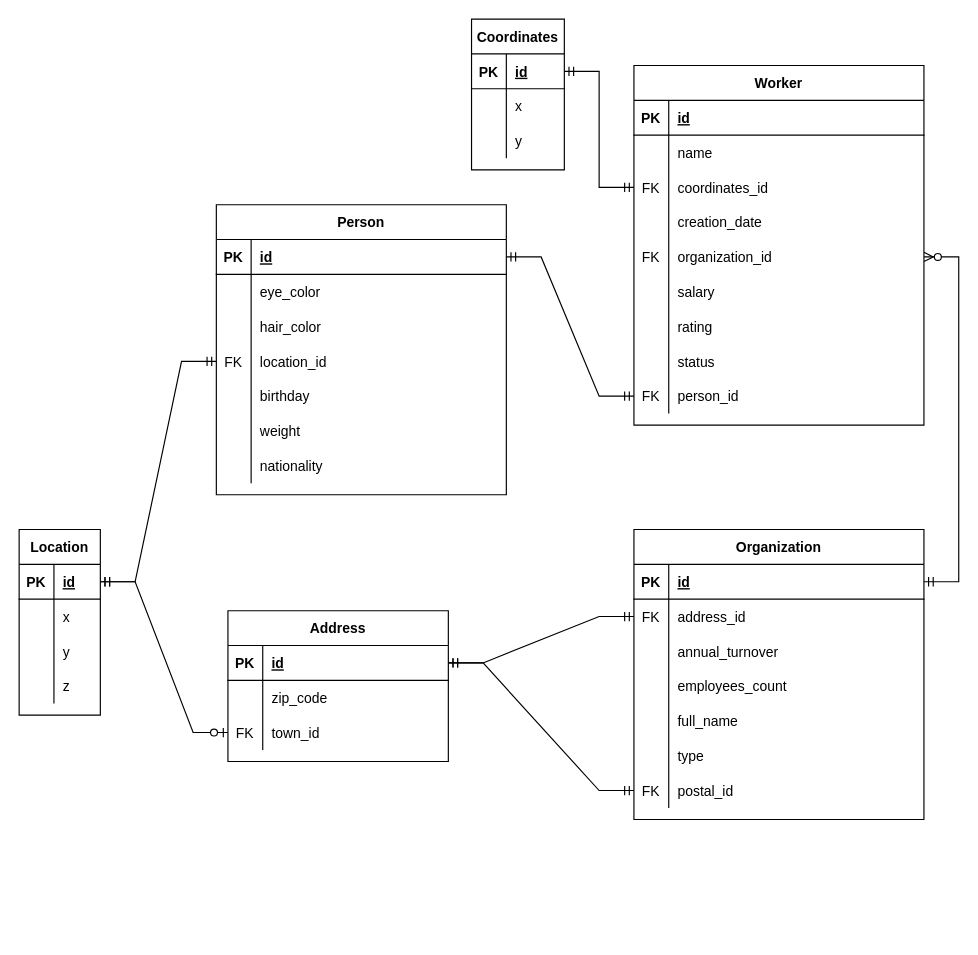
This is Lab1.drawio from 17starplatinum/InfSys-Operarii_VAR-100246, a draw.io file, before an edit. Source tidied: cells renumbered, new cells numbered last; positions are measured from the earlier drawing's top-left corner, leaving out a move shared by most shapes. Both pictures are drawn from the tidied source at 116%, with x=0, y=0 at pixel (19, 19).
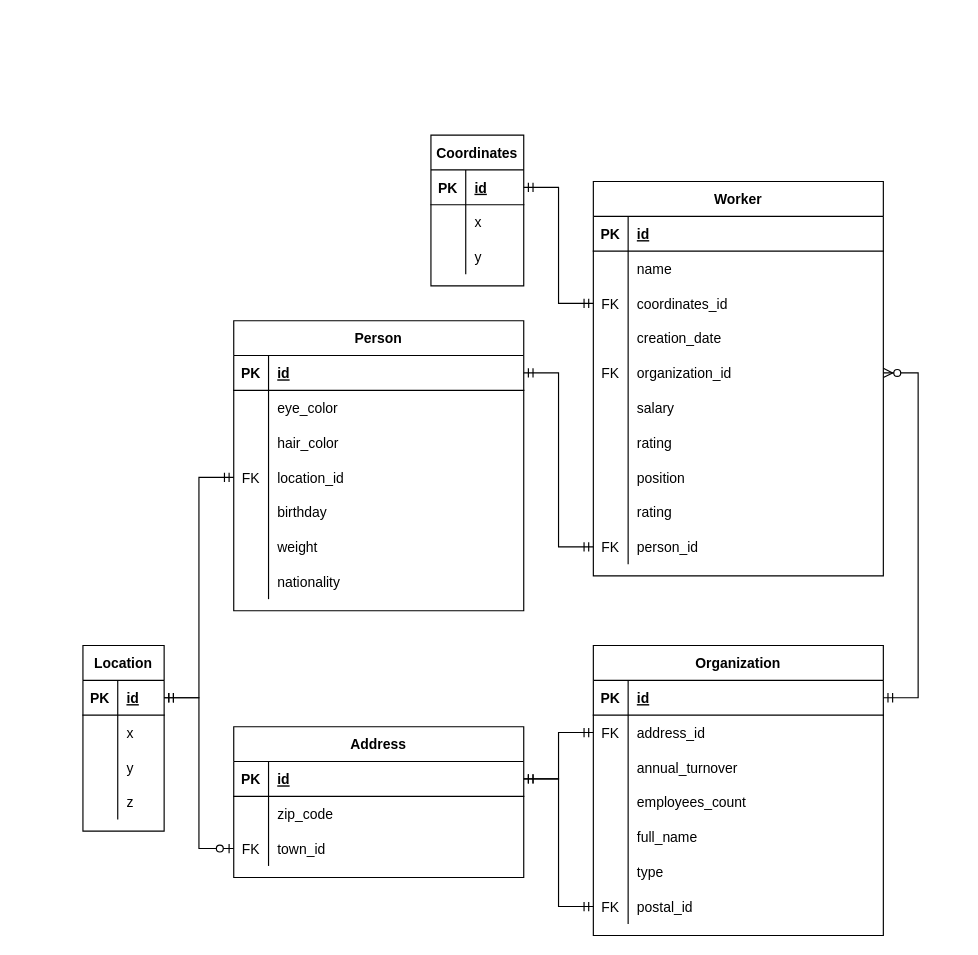
The same page after the edit.

Unchanged cells that the change refers to:
```xml
<mxCell id="24" style="shape=partialRectangle;fillColor=none;top=0;left=0;right=0;bottom=0;" parent="2" vertex="1">
  <mxGeometry y="240" width="250" height="30" as="geometry" />
</mxCell>
<mxCell id="27" style="shape=partialRectangle;fillColor=none;points=[[0,0.5],[1,0.5]];portConstraint=eastwest;top=0;left=0;right=0;bottom=0;" parent="2" vertex="1">
  <mxGeometry y="270" width="250" height="30" as="geometry" />
</mxCell>
<mxCell id="63" style="shape=partialRectangle;fillColor=none;points=[[0,0.5],[1,0.5]];portConstraint=eastwest;top=0;left=0;right=0;bottom=1;" parent="62" vertex="1">
  <mxGeometry y="30" width="250" height="30" as="geometry" />
</mxCell>
```

Change to the diagram source:
```diff
@@
     <mxCell id="2" value="Worker" style="shape=table;startSize=30;childLayout=tableLayout;rowLines=0;fontStyle=1;align=center;" parent="1" vertex="1">
-      <mxGeometry x="530" y="40" width="250" height="310" as="geometry" />
+      <mxGeometry x="495" y="140" width="250" height="340" as="geometry" />
     </mxCell>
@@
-    <mxCell id="26" value="status" style="shape=partialRectangle;overflow=hidden;fillColor=none;top=0;left=0;bottom=0;right=0;align=left;spacingLeft=6;" parent="24" vertex="1">
+    <mxCell id="26" value="position" style="shape=partialRectangle;overflow=hidden;fillColor=none;top=0;left=0;bottom=0;right=0;align=left;spacingLeft=6;" parent="24" vertex="1">
       <mxGeometry x="30" width="220" height="30" as="geometry" />
     </mxCell>
@@
-    <mxCell id="28" value="FK" style="shape=partialRectangle;overflow=hidden;fillColor=none;top=0;left=0;bottom=0;right=0;" parent="27" vertex="1">
+    <mxCell id="28" style="shape=partialRectangle;overflow=hidden;fillColor=none;top=0;left=0;bottom=0;right=0;" parent="27" vertex="1">
       <mxGeometry width="30" height="30" as="geometry" />
     </mxCell>
-    <mxCell id="29" value="person_id" style="shape=partialRectangle;overflow=hidden;fillColor=none;top=0;left=0;bottom=0;right=0;align=left;spacingLeft=6;" parent="27" vertex="1">
+    <mxCell id="29" value="rating" style="shape=partialRectangle;overflow=hidden;fillColor=none;top=0;left=0;bottom=0;right=0;align=left;spacingLeft=6;" parent="27" vertex="1">
       <mxGeometry x="30" width="220" height="30" as="geometry" />
     </mxCell>
+    <mxCell id="114" style="shape=partialRectangle;fillColor=none;points=[[0,0.5],[1,0.5]];portConstraint=eastwest;top=0;left=0;right=0;bottom=0;" parent="2" vertex="1">
+      <mxGeometry y="300" width="250" height="30" as="geometry" />
+    </mxCell>
+    <mxCell id="115" value="FK" style="shape=partialRectangle;overflow=hidden;fillColor=none;top=0;left=0;bottom=0;right=0;" parent="114" vertex="1">
+      <mxGeometry width="30" height="30" as="geometry" />
+    </mxCell>
+    <mxCell id="116" value="person_id" style="shape=partialRectangle;overflow=hidden;fillColor=none;top=0;left=0;bottom=0;right=0;align=left;spacingLeft=6;" parent="114" vertex="1">
+      <mxGeometry x="30" width="220" height="30" as="geometry" />
+    </mxCell>
     <mxCell id="30" value="Organization" style="shape=table;startSize=30;childLayout=tableLayout;rowLines=0;fontStyle=1;align=center;" parent="1" vertex="1">
-      <mxGeometry x="530" y="440" width="250" height="250" as="geometry" />
+      <mxGeometry x="495" y="540" width="250" height="250" as="geometry" />
     </mxCell>
@@
     <mxCell id="52" value="Coordinates" style="shape=table;startSize=30;childLayout=tableLayout;rowLines=0;fontStyle=1;align=center;" parent="1" vertex="1">
-      <mxGeometry x="390" width="80" height="130" as="geometry" />
+      <mxGeometry x="355" y="100" width="80" height="130" as="geometry" />
     </mxCell>
@@
     <mxCell id="62" value="Person" style="shape=table;startSize=30;childLayout=tableLayout;rowLines=0;fontStyle=1;align=center;" parent="1" vertex="1">
-      <mxGeometry x="170" y="160" width="250" height="250" as="geometry" />
+      <mxGeometry x="185" y="260" width="250" height="250" as="geometry" />
     </mxCell>
@@
     <mxCell id="84" value="Location" style="shape=table;startSize=30;childLayout=tableLayout;rowLines=0;fontStyle=1;align=center;" parent="1" vertex="1">
-      <mxGeometry y="440" width="70" height="160" as="geometry" />
+      <mxGeometry x="55" y="540" width="70" height="160" as="geometry" />
     </mxCell>
@@
     <mxCell id="97" value="Address" style="shape=table;startSize=30;childLayout=tableLayout;rowLines=0;fontStyle=1;align=center;" parent="1" vertex="1">
-      <mxGeometry x="180" y="510" width="190" height="130" as="geometry" />
+      <mxGeometry x="185" y="610" width="250" height="130" as="geometry" />
     </mxCell>
     <mxCell id="98" style="shape=partialRectangle;fillColor=none;points=[[0,0.5],[1,0.5]];portConstraint=eastwest;top=0;left=0;right=0;bottom=1;" parent="97" vertex="1">
-      <mxGeometry y="30" width="190" height="30" as="geometry" />
+      <mxGeometry y="30" width="250" height="30" as="geometry" />
     </mxCell>
@@
     <mxCell id="100" value="id" style="shape=partialRectangle;overflow=hidden;fillColor=none;top=0;left=0;bottom=0;right=0;align=left;spacingLeft=6;fontStyle=5;" parent="98" vertex="1">
-      <mxGeometry x="30" width="160" height="30" as="geometry" />
+      <mxGeometry x="30" width="220" height="30" as="geometry" />
     </mxCell>
     <mxCell id="101" style="shape=partialRectangle;fillColor=none;top=0;left=0;right=0;bottom=0;" parent="97" vertex="1">
-      <mxGeometry y="60" width="190" height="30" as="geometry" />
+      <mxGeometry y="60" width="250" height="30" as="geometry" />
     </mxCell>
@@
     <mxCell id="103" value="zip_code" style="shape=partialRectangle;overflow=hidden;fillColor=none;top=0;left=0;bottom=0;right=0;align=left;spacingLeft=6;" parent="101" vertex="1">
-      <mxGeometry x="30" width="160" height="30" as="geometry" />
+      <mxGeometry x="30" width="220" height="30" as="geometry" />
     </mxCell>
     <mxCell id="104" style="shape=partialRectangle;fillColor=none;points=[[0,0.5],[1,0.5]];portConstraint=eastwest;top=0;left=0;right=0;bottom=0;" parent="97" vertex="1">
-      <mxGeometry y="90" width="190" height="30" as="geometry" />
+      <mxGeometry y="90" width="250" height="30" as="geometry" />
     </mxCell>
@@
     <mxCell id="106" value="town_id" style="shape=partialRectangle;overflow=hidden;fillColor=none;top=0;left=0;bottom=0;right=0;align=left;spacingLeft=6;" parent="104" vertex="1">
-      <mxGeometry x="30" width="160" height="30" as="geometry" />
+      <mxGeometry x="30" width="220" height="30" as="geometry" />
     </mxCell>
-    <mxCell id="107" style="edgeStyle=entityRelationEdgeStyle;fontSize=12;html=1;endArrow=ERmandOne;startArrow=ERmandOne;rounded=0;entryX=0;entryY=0.5;entryDx=0;entryDy=0;exitX=1;exitY=0.5;exitDx=0;exitDy=0;" parent="1" edge="1" source="63" target="27">
+    <mxCell id="107" style="edgeStyle=entityRelationEdgeStyle;fontSize=12;html=1;endArrow=ERmandOne;startArrow=ERmandOne;rounded=0;entryX=0;entryY=0.5;entryDx=0;entryDy=0;exitX=1;exitY=0.5;exitDx=0;exitDy=0;" parent="1" edge="1" source="63" target="114">
       <mxGeometry relative="1" as="geometry" />
     </mxCell>
```
